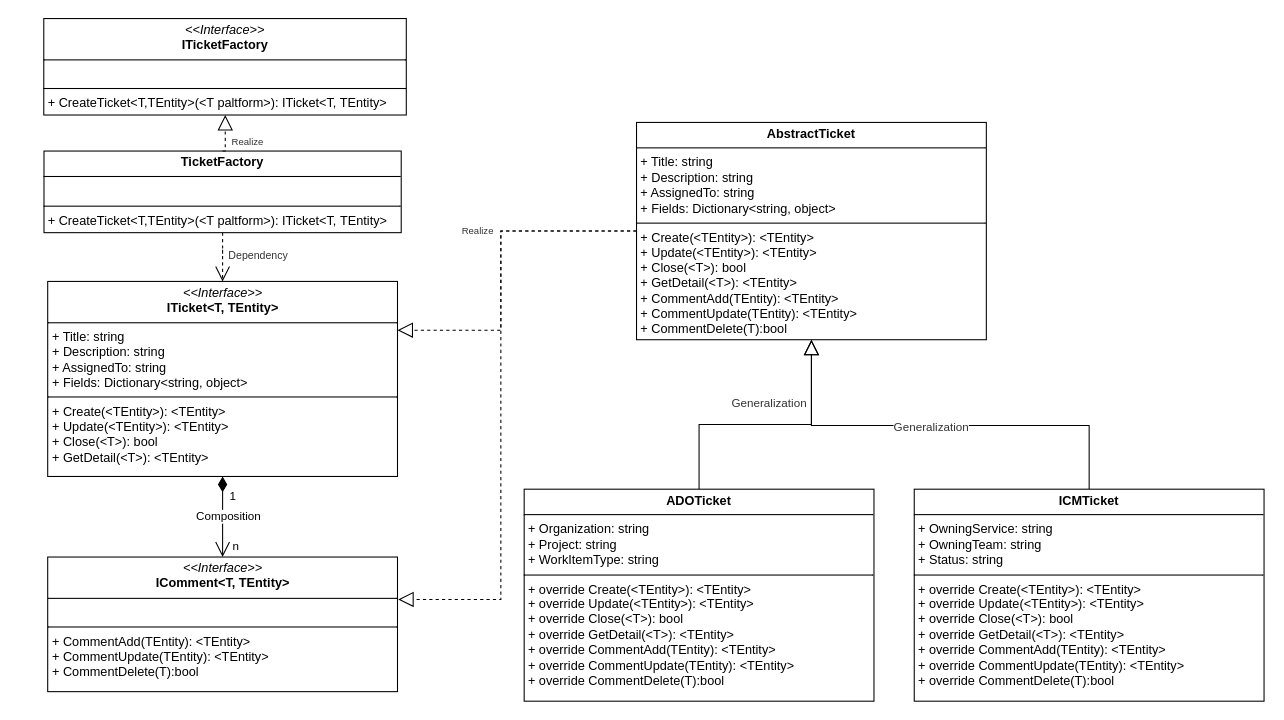
hy986/Repo_0110 keeps this draw.io diagram as page "Page-10" (10 of 10) of 2.drawio. Above is the earlier version. Source tidied: cells renumbered, new cells numbered last; positions are measured from the earlier drawing's top-left corner, leaving out a move shared by most shapes. Both pictures are drawn from the tidied source at 106%, with x=0, y=0 at pixel (43, 18).
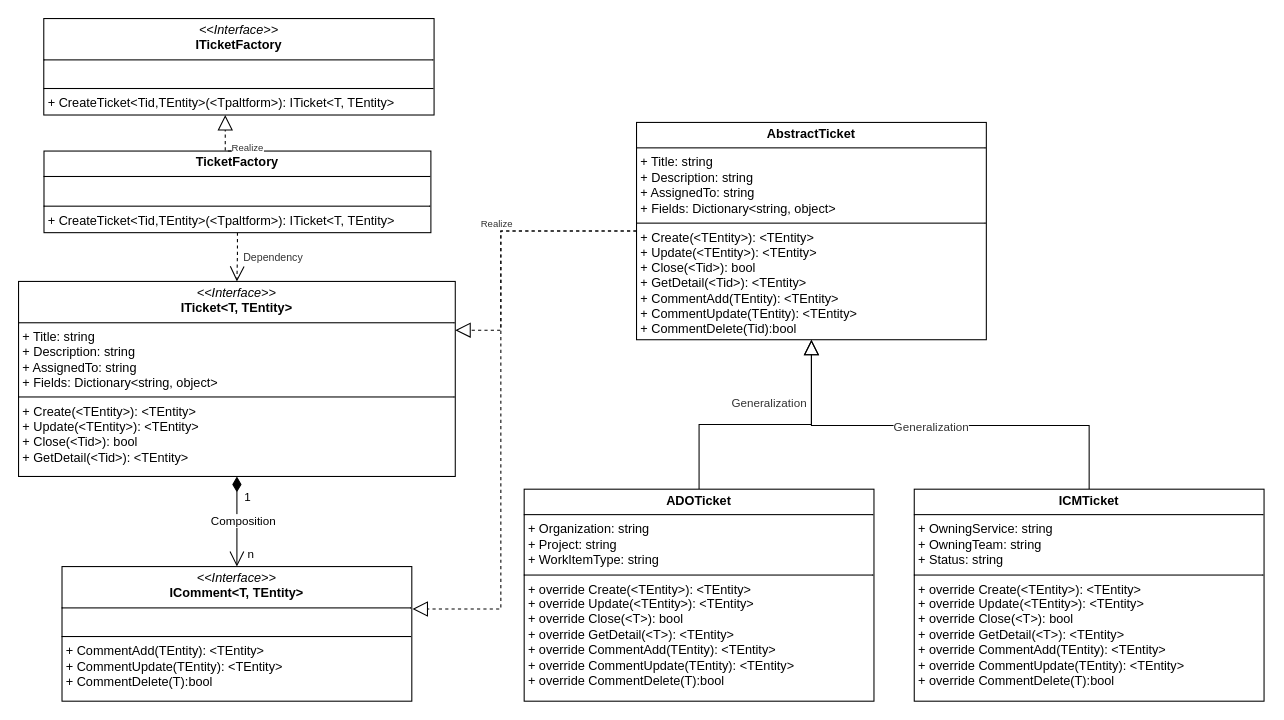
The same page after the edit.

The edit, as a diff of the source:
```diff
@@
-    <mxCell id="6" value="&lt;p style=&quot;margin:0px;margin-top:4px;text-align:center;&quot;&gt;&lt;i&gt;&amp;lt;&amp;lt;Interface&amp;gt;&amp;gt;&lt;/i&gt;&lt;br&gt;&lt;b&gt;ITicket&amp;lt;T, TEntity&amp;gt;&lt;/b&gt;&lt;/p&gt;&lt;hr size=&quot;1&quot; style=&quot;border-style:solid;&quot;&gt;&lt;p style=&quot;margin:0px;margin-left:4px;&quot;&gt;+ Title: string&lt;br&gt;+ Description: string&lt;/p&gt;&lt;p style=&quot;margin:0px;margin-left:4px;&quot;&gt;+ AssignedTo: string&lt;/p&gt;&lt;p style=&quot;margin:0px;margin-left:4px;&quot;&gt;+ Fields: Dictionary&amp;lt;string, object&amp;gt;&lt;/p&gt;&lt;hr size=&quot;1&quot; style=&quot;border-style:solid;&quot;&gt;&lt;p style=&quot;margin:0px;margin-left:4px;&quot;&gt;+ Create(&amp;lt;&lt;span style=&quot;text-align: center;&quot;&gt;TEntity&lt;/span&gt;&amp;gt;&lt;span style=&quot;background-color: initial;&quot;&gt;): &amp;lt;&lt;/span&gt;&lt;span style=&quot;text-align: center;&quot;&gt;TEntity&lt;/span&gt;&lt;span style=&quot;background-color: initial;&quot;&gt;&amp;gt;&lt;/span&gt;&lt;/p&gt;&lt;p style=&quot;margin:0px;margin-left:4px;&quot;&gt;+ Update(&amp;lt;&lt;span style=&quot;text-align: center;&quot;&gt;TEntity&lt;/span&gt;&amp;gt;):&amp;nbsp;&lt;span style=&quot;background-color: initial;&quot;&gt;&amp;lt;&lt;/span&gt;&lt;span style=&quot;text-align: center;&quot;&gt;TEntity&lt;/span&gt;&lt;span style=&quot;background-color: initial;&quot;&gt;&amp;gt;&lt;/span&gt;&lt;/p&gt;&lt;p style=&quot;margin:0px;margin-left:4px;&quot;&gt;+&amp;nbsp;Close(&lt;span style=&quot;background-color: initial;&quot;&gt;&amp;lt;T&amp;gt;&lt;/span&gt;&lt;span style=&quot;background-color: initial;&quot;&gt;): bool&lt;/span&gt;&lt;/p&gt;&lt;p style=&quot;margin:0px;margin-left:4px;&quot;&gt;+ GetDetail(&lt;span style=&quot;background-color: initial;&quot;&gt;&amp;lt;T&amp;gt;&lt;/span&gt;&lt;span style=&quot;background-color: initial;&quot;&gt;): &amp;lt;&lt;/span&gt;&lt;span style=&quot;text-align: center;&quot;&gt;TEntity&lt;/span&gt;&lt;span style=&quot;background-color: initial;&quot;&gt;&amp;gt;&lt;/span&gt;&lt;/p&gt;" style="verticalAlign=top;align=left;overflow=fill;html=1;whiteSpace=wrap;" parent="1" vertex="1">
-      <mxGeometry x="3.5" y="248" width="330" height="184" as="geometry" />
+    <mxCell id="6" value="&lt;p style=&quot;margin:0px;margin-top:4px;text-align:center;&quot;&gt;&lt;i&gt;&amp;lt;&amp;lt;Interface&amp;gt;&amp;gt;&lt;/i&gt;&lt;br&gt;&lt;b&gt;ITicket&amp;lt;T, TEntity&amp;gt;&lt;/b&gt;&lt;/p&gt;&lt;hr size=&quot;1&quot; style=&quot;border-style:solid;&quot;&gt;&lt;p style=&quot;margin:0px;margin-left:4px;&quot;&gt;+ Title: string&lt;br&gt;+ Description: string&lt;/p&gt;&lt;p style=&quot;margin:0px;margin-left:4px;&quot;&gt;+ AssignedTo: string&lt;/p&gt;&lt;p style=&quot;margin:0px;margin-left:4px;&quot;&gt;+ Fields: Dictionary&amp;lt;string, object&amp;gt;&lt;/p&gt;&lt;hr size=&quot;1&quot; style=&quot;border-style:solid;&quot;&gt;&lt;p style=&quot;margin:0px;margin-left:4px;&quot;&gt;+ Create(&amp;lt;&lt;span style=&quot;text-align: center;&quot;&gt;TEntity&lt;/span&gt;&amp;gt;&lt;span style=&quot;background-color: initial;&quot;&gt;): &amp;lt;&lt;/span&gt;&lt;span style=&quot;text-align: center;&quot;&gt;TEntity&lt;/span&gt;&lt;span style=&quot;background-color: initial;&quot;&gt;&amp;gt;&lt;/span&gt;&lt;/p&gt;&lt;p style=&quot;margin:0px;margin-left:4px;&quot;&gt;+ Update(&amp;lt;&lt;span style=&quot;text-align: center;&quot;&gt;TEntity&lt;/span&gt;&amp;gt;):&amp;nbsp;&lt;span style=&quot;background-color: initial;&quot;&gt;&amp;lt;&lt;/span&gt;&lt;span style=&quot;text-align: center;&quot;&gt;TEntity&lt;/span&gt;&lt;span style=&quot;background-color: initial;&quot;&gt;&amp;gt;&lt;/span&gt;&lt;/p&gt;&lt;p style=&quot;margin:0px;margin-left:4px;&quot;&gt;+&amp;nbsp;Close(&lt;span style=&quot;background-color: initial;&quot;&gt;&amp;lt;Tid&amp;gt;&lt;/span&gt;&lt;span style=&quot;background-color: initial;&quot;&gt;): bool&lt;/span&gt;&lt;/p&gt;&lt;p style=&quot;margin:0px;margin-left:4px;&quot;&gt;+ GetDetail(&lt;span style=&quot;background-color: initial;&quot;&gt;&amp;lt;Tid&amp;gt;&lt;/span&gt;&lt;span style=&quot;background-color: initial;&quot;&gt;): &amp;lt;&lt;/span&gt;&lt;span style=&quot;text-align: center;&quot;&gt;TEntity&lt;/span&gt;&lt;span style=&quot;background-color: initial;&quot;&gt;&amp;gt;&lt;/span&gt;&lt;/p&gt;" style="verticalAlign=top;align=left;overflow=fill;html=1;whiteSpace=wrap;" parent="1" vertex="1">
+      <mxGeometry x="-24" y="248" width="412" height="184" as="geometry" />
     </mxCell>
@@
-    <mxCell id="9" value="&lt;p style=&quot;margin:0px;margin-top:4px;text-align:center;&quot;&gt;&lt;b&gt;AbstractTicket&lt;/b&gt;&lt;/p&gt;&lt;hr size=&quot;1&quot; style=&quot;border-style:solid;&quot;&gt;&lt;p style=&quot;margin: 0px 0px 0px 4px;&quot;&gt;+ Title: string&lt;br&gt;+ Description: string&lt;/p&gt;&lt;p style=&quot;margin: 0px 0px 0px 4px;&quot;&gt;+ AssignedTo: string&lt;/p&gt;&lt;p style=&quot;margin: 0px 0px 0px 4px;&quot;&gt;+ Fields: Dictionary&amp;lt;string, object&amp;gt;&lt;/p&gt;&lt;hr size=&quot;1&quot; style=&quot;border-style:solid;&quot;&gt;&lt;p style=&quot;margin: 0px 0px 0px 4px;&quot;&gt;+ Create(&amp;lt;&lt;span style=&quot;text-align: center;&quot;&gt;TEntity&lt;/span&gt;&amp;gt;&lt;span style=&quot;background-color: initial;&quot;&gt;): &amp;lt;&lt;/span&gt;&lt;span style=&quot;text-align: center;&quot;&gt;TEntity&lt;/span&gt;&lt;span style=&quot;background-color: initial;&quot;&gt;&amp;gt;&lt;/span&gt;&lt;/p&gt;&lt;p style=&quot;margin: 0px 0px 0px 4px;&quot;&gt;+ Update(&amp;lt;&lt;span style=&quot;text-align: center;&quot;&gt;TEntity&lt;/span&gt;&amp;gt;):&amp;nbsp;&lt;span style=&quot;background-color: initial;&quot;&gt;&amp;lt;&lt;/span&gt;&lt;span style=&quot;text-align: center;&quot;&gt;TEntity&lt;/span&gt;&lt;span style=&quot;background-color: initial;&quot;&gt;&amp;gt;&lt;/span&gt;&lt;/p&gt;&lt;p style=&quot;margin: 0px 0px 0px 4px;&quot;&gt;+&amp;nbsp;Close(&lt;span style=&quot;background-color: initial;&quot;&gt;&amp;lt;T&amp;gt;&lt;/span&gt;&lt;span style=&quot;background-color: initial;&quot;&gt;): bool&lt;/span&gt;&lt;/p&gt;&lt;p style=&quot;margin: 0px 0px 0px 4px;&quot;&gt;+ GetDetail(&lt;span style=&quot;background-color: initial;&quot;&gt;&amp;lt;T&amp;gt;&lt;/span&gt;&lt;span style=&quot;background-color: initial;&quot;&gt;): &amp;lt;&lt;/span&gt;&lt;span style=&quot;text-align: center;&quot;&gt;TEntity&lt;/span&gt;&lt;span style=&quot;background-color: initial;&quot;&gt;&amp;gt;&lt;/span&gt;&lt;/p&gt;&lt;p style=&quot;margin: 0px 0px 0px 4px;&quot;&gt;+&amp;nbsp;&lt;span style=&quot;background-color: initial;&quot;&gt;Comment&lt;/span&gt;&lt;span style=&quot;background-color: initial;&quot; class=&quot;hljs-function&quot;&gt;&lt;span class=&quot;hljs-title&quot;&gt;Add&lt;/span&gt;(&lt;span class=&quot;hljs-params&quot;&gt;TEntity&lt;/span&gt;): &amp;lt;&lt;/span&gt;&lt;span style=&quot;background-color: initial;&quot;&gt;TEntity&lt;/span&gt;&lt;span style=&quot;background-color: initial;&quot;&gt;&amp;gt;&lt;/span&gt;&lt;/p&gt;&lt;p style=&quot;margin: 0px 0px 0px 4px;&quot;&gt;&lt;span style=&quot;background-color: initial;&quot; class=&quot;hljs-function&quot;&gt;+&amp;nbsp;&lt;/span&gt;&lt;span style=&quot;background-color: initial;&quot;&gt;Comment&lt;/span&gt;&lt;span style=&quot;background-color: initial;&quot; class=&quot;hljs-function&quot;&gt;&lt;span class=&quot;hljs-title&quot;&gt;Update&lt;/span&gt;(&lt;span class=&quot;hljs-params&quot;&gt;TEntity&lt;/span&gt;): &amp;lt;&lt;/span&gt;&lt;span style=&quot;background-color: initial;&quot;&gt;TEntity&lt;/span&gt;&lt;span style=&quot;background-color: initial;&quot;&gt;&amp;gt;&lt;/span&gt;&lt;/p&gt;&lt;p style=&quot;margin: 0px 0px 0px 4px;&quot;&gt;&lt;span style=&quot;background-color: initial;&quot; class=&quot;hljs-function&quot;&gt;&lt;span class=&quot;hljs-built_in&quot;&gt;+&amp;nbsp;&lt;/span&gt;&lt;/span&gt;&lt;span style=&quot;background-color: initial;&quot;&gt;Comment&lt;/span&gt;&lt;span style=&quot;background-color: initial;&quot; class=&quot;hljs-function&quot;&gt;&lt;span class=&quot;hljs-title&quot;&gt;Delete&lt;/span&gt;(&lt;span class=&quot;hljs-params&quot;&gt;T&lt;/span&gt;):&lt;/span&gt;&lt;span style=&quot;background-color: initial;&quot; class=&quot;hljs-built_in&quot;&gt;bool&lt;/span&gt;&lt;/p&gt;" style="verticalAlign=top;align=left;overflow=fill;html=1;whiteSpace=wrap;" parent="1" vertex="1">
+    <mxCell id="9" value="&lt;p style=&quot;margin:0px;margin-top:4px;text-align:center;&quot;&gt;&lt;b&gt;AbstractTicket&lt;/b&gt;&lt;/p&gt;&lt;hr size=&quot;1&quot; style=&quot;border-style:solid;&quot;&gt;&lt;p style=&quot;margin: 0px 0px 0px 4px;&quot;&gt;+ Title: string&lt;br&gt;+ Description: string&lt;/p&gt;&lt;p style=&quot;margin: 0px 0px 0px 4px;&quot;&gt;+ AssignedTo: string&lt;/p&gt;&lt;p style=&quot;margin: 0px 0px 0px 4px;&quot;&gt;+ Fields: Dictionary&amp;lt;string, object&amp;gt;&lt;/p&gt;&lt;hr size=&quot;1&quot; style=&quot;border-style:solid;&quot;&gt;&lt;p style=&quot;margin: 0px 0px 0px 4px;&quot;&gt;+ Create(&amp;lt;&lt;span style=&quot;text-align: center;&quot;&gt;TEntity&lt;/span&gt;&amp;gt;&lt;span style=&quot;background-color: initial;&quot;&gt;): &amp;lt;&lt;/span&gt;&lt;span style=&quot;text-align: center;&quot;&gt;TEntity&lt;/span&gt;&lt;span style=&quot;background-color: initial;&quot;&gt;&amp;gt;&lt;/span&gt;&lt;/p&gt;&lt;p style=&quot;margin: 0px 0px 0px 4px;&quot;&gt;+ Update(&amp;lt;&lt;span style=&quot;text-align: center;&quot;&gt;TEntity&lt;/span&gt;&amp;gt;):&amp;nbsp;&lt;span style=&quot;background-color: initial;&quot;&gt;&amp;lt;&lt;/span&gt;&lt;span style=&quot;text-align: center;&quot;&gt;TEntity&lt;/span&gt;&lt;span style=&quot;background-color: initial;&quot;&gt;&amp;gt;&lt;/span&gt;&lt;/p&gt;&lt;p style=&quot;margin: 0px 0px 0px 4px;&quot;&gt;+&amp;nbsp;Close(&lt;span style=&quot;background-color: initial;&quot;&gt;&amp;lt;Tid&amp;gt;&lt;/span&gt;&lt;span style=&quot;background-color: initial;&quot;&gt;): bool&lt;/span&gt;&lt;/p&gt;&lt;p style=&quot;margin: 0px 0px 0px 4px;&quot;&gt;+ GetDetail(&lt;span style=&quot;background-color: initial;&quot;&gt;&amp;lt;Tid&amp;gt;&lt;/span&gt;&lt;span style=&quot;background-color: initial;&quot;&gt;): &amp;lt;&lt;/span&gt;&lt;span style=&quot;text-align: center;&quot;&gt;TEntity&lt;/span&gt;&lt;span style=&quot;background-color: initial;&quot;&gt;&amp;gt;&lt;/span&gt;&lt;/p&gt;&lt;p style=&quot;margin: 0px 0px 0px 4px;&quot;&gt;+&amp;nbsp;&lt;span style=&quot;background-color: initial;&quot;&gt;Comment&lt;/span&gt;&lt;span style=&quot;background-color: initial;&quot; class=&quot;hljs-function&quot;&gt;&lt;span class=&quot;hljs-title&quot;&gt;Add&lt;/span&gt;(&lt;span class=&quot;hljs-params&quot;&gt;TEntity&lt;/span&gt;): &amp;lt;&lt;/span&gt;&lt;span style=&quot;background-color: initial;&quot;&gt;TEntity&lt;/span&gt;&lt;span style=&quot;background-color: initial;&quot;&gt;&amp;gt;&lt;/span&gt;&lt;/p&gt;&lt;p style=&quot;margin: 0px 0px 0px 4px;&quot;&gt;&lt;span style=&quot;background-color: initial;&quot; class=&quot;hljs-function&quot;&gt;+&amp;nbsp;&lt;/span&gt;&lt;span style=&quot;background-color: initial;&quot;&gt;Comment&lt;/span&gt;&lt;span style=&quot;background-color: initial;&quot; class=&quot;hljs-function&quot;&gt;&lt;span class=&quot;hljs-title&quot;&gt;Update&lt;/span&gt;(&lt;span class=&quot;hljs-params&quot;&gt;TEntity&lt;/span&gt;): &amp;lt;&lt;/span&gt;&lt;span style=&quot;background-color: initial;&quot;&gt;TEntity&lt;/span&gt;&lt;span style=&quot;background-color: initial;&quot;&gt;&amp;gt;&lt;/span&gt;&lt;/p&gt;&lt;p style=&quot;margin: 0px 0px 0px 4px;&quot;&gt;&lt;span style=&quot;background-color: initial;&quot; class=&quot;hljs-function&quot;&gt;&lt;span class=&quot;hljs-built_in&quot;&gt;+&amp;nbsp;&lt;/span&gt;&lt;/span&gt;&lt;span style=&quot;background-color: initial;&quot;&gt;Comment&lt;/span&gt;&lt;span style=&quot;background-color: initial;&quot; class=&quot;hljs-function&quot;&gt;&lt;span class=&quot;hljs-title&quot;&gt;Delete&lt;/span&gt;(&lt;span class=&quot;hljs-params&quot;&gt;Tid&lt;/span&gt;):&lt;/span&gt;&lt;span style=&quot;background-color: initial;&quot; class=&quot;hljs-built_in&quot;&gt;bool&lt;/span&gt;&lt;/p&gt;" style="verticalAlign=top;align=left;overflow=fill;html=1;whiteSpace=wrap;" parent="1" vertex="1">
       <mxGeometry x="559" y="98" width="330" height="205" as="geometry" />
     </mxCell>
@@
-    <mxCell id="13" value="&lt;p style=&quot;margin:0px;margin-top:4px;text-align:center;&quot;&gt;&lt;i&gt;&amp;lt;&amp;lt;Interface&amp;gt;&amp;gt;&lt;/i&gt;&lt;br&gt;&lt;b&gt;ITicketFactory&lt;/b&gt;&lt;/p&gt;&lt;hr size=&quot;1&quot; style=&quot;border-style:solid;&quot;&gt;&lt;p style=&quot;margin:0px;margin-left:4px;&quot;&gt;&lt;br&gt;&lt;/p&gt;&lt;hr size=&quot;1&quot; style=&quot;border-style:solid;&quot;&gt;&lt;p style=&quot;margin:0px;margin-left:4px;&quot;&gt;+ CreateTicket&lt;span style=&quot;background-color: initial;&quot;&gt;&amp;lt;T,TEntity&amp;gt;&lt;/span&gt;&lt;span style=&quot;background-color: initial;&quot;&gt;(&amp;lt;T paltform&amp;gt;):&amp;nbsp;&lt;/span&gt;&lt;span style=&quot;background-color: initial;&quot; class=&quot;hljs-title&quot;&gt;ITicket&lt;/span&gt;&lt;span style=&quot;background-color: initial;&quot;&gt;&amp;lt;&lt;/span&gt;&lt;span style=&quot;background-color: initial;&quot; class=&quot;hljs-title&quot;&gt;T&lt;/span&gt;&lt;span style=&quot;background-color: initial;&quot;&gt;, &lt;/span&gt;&lt;span style=&quot;background-color: initial;&quot; class=&quot;hljs-title&quot;&gt;TEntity&lt;/span&gt;&lt;span style=&quot;background-color: initial;&quot;&gt;&amp;gt;&lt;/span&gt;&lt;/p&gt;" style="verticalAlign=top;align=left;overflow=fill;html=1;whiteSpace=wrap;fillColor=default;rounded=0;fillStyle=auto;strokeColor=default;" parent="1" vertex="1">
-      <mxGeometry x="-0.2" width="342" height="91" as="geometry" />
+    <mxCell id="13" value="&lt;p style=&quot;margin:0px;margin-top:4px;text-align:center;&quot;&gt;&lt;i&gt;&amp;lt;&amp;lt;Interface&amp;gt;&amp;gt;&lt;/i&gt;&lt;br&gt;&lt;b&gt;ITicketFactory&lt;/b&gt;&lt;/p&gt;&lt;hr size=&quot;1&quot; style=&quot;border-style:solid;&quot;&gt;&lt;p style=&quot;margin:0px;margin-left:4px;&quot;&gt;&lt;br&gt;&lt;/p&gt;&lt;hr size=&quot;1&quot; style=&quot;border-style:solid;&quot;&gt;&lt;p style=&quot;margin:0px;margin-left:4px;&quot;&gt;+ CreateTicket&lt;span style=&quot;background-color: initial;&quot;&gt;&amp;lt;Tid,TEntity&amp;gt;&lt;/span&gt;&lt;span style=&quot;background-color: initial;&quot;&gt;(&amp;lt;Tpaltform&amp;gt;):&amp;nbsp;&lt;/span&gt;&lt;span style=&quot;background-color: initial;&quot; class=&quot;hljs-title&quot;&gt;ITicket&lt;/span&gt;&lt;span style=&quot;background-color: initial;&quot;&gt;&amp;lt;&lt;/span&gt;&lt;span style=&quot;background-color: initial;&quot; class=&quot;hljs-title&quot;&gt;T&lt;/span&gt;&lt;span style=&quot;background-color: initial;&quot;&gt;, &lt;/span&gt;&lt;span style=&quot;background-color: initial;&quot; class=&quot;hljs-title&quot;&gt;TEntity&lt;/span&gt;&lt;span style=&quot;background-color: initial;&quot;&gt;&amp;gt;&lt;/span&gt;&lt;/p&gt;" style="verticalAlign=top;align=left;overflow=fill;html=1;whiteSpace=wrap;fillColor=default;rounded=0;fillStyle=auto;strokeColor=default;" parent="1" vertex="1">
+      <mxGeometry x="-0.2" width="368.2" height="91" as="geometry" />
     </mxCell>
@@
-    <mxCell id="19" value="&lt;p style=&quot;margin:0px;margin-top:4px;text-align:center;&quot;&gt;&lt;b&gt;TicketFactory&lt;/b&gt;&lt;/p&gt;&lt;hr size=&quot;1&quot; style=&quot;border-style:solid;&quot;&gt;&lt;p style=&quot;margin:0px;margin-left:4px;&quot;&gt;&lt;br&gt;&lt;/p&gt;&lt;hr size=&quot;1&quot; style=&quot;border-style:solid;&quot;&gt;&lt;p style=&quot;margin: 0px 0px 0px 4px;&quot;&gt;+ CreateTicket&lt;span style=&quot;background-color: initial;&quot;&gt;&amp;lt;T,TEntity&amp;gt;&lt;/span&gt;&lt;span style=&quot;background-color: initial;&quot;&gt;(&lt;/span&gt;&amp;lt;T paltform&amp;gt;&lt;span style=&quot;background-color: initial;&quot;&gt;):&amp;nbsp;&lt;/span&gt;&lt;span style=&quot;background-color: initial;&quot; class=&quot;hljs-title&quot;&gt;ITicket&lt;/span&gt;&lt;span style=&quot;background-color: initial;&quot;&gt;&amp;lt;&lt;/span&gt;&lt;span style=&quot;background-color: initial;&quot; class=&quot;hljs-title&quot;&gt;T&lt;/span&gt;&lt;span style=&quot;background-color: initial;&quot;&gt;,&amp;nbsp;&lt;/span&gt;&lt;span style=&quot;background-color: initial;&quot; class=&quot;hljs-title&quot;&gt;TEntity&lt;/span&gt;&lt;span style=&quot;background-color: initial;&quot;&gt;&amp;gt;&lt;/span&gt;&lt;/p&gt;" style="verticalAlign=top;align=left;overflow=fill;html=1;whiteSpace=wrap;" parent="1" vertex="1">
-      <mxGeometry y="125" width="337" height="77" as="geometry" />
+    <mxCell id="19" value="&lt;p style=&quot;margin:0px;margin-top:4px;text-align:center;&quot;&gt;&lt;b&gt;TicketFactory&lt;/b&gt;&lt;/p&gt;&lt;hr size=&quot;1&quot; style=&quot;border-style:solid;&quot;&gt;&lt;p style=&quot;margin:0px;margin-left:4px;&quot;&gt;&lt;br&gt;&lt;/p&gt;&lt;hr size=&quot;1&quot; style=&quot;border-style:solid;&quot;&gt;&lt;p style=&quot;margin: 0px 0px 0px 4px;&quot;&gt;+ CreateTicket&lt;span style=&quot;background-color: initial;&quot;&gt;&amp;lt;Tid,TEntity&amp;gt;&lt;/span&gt;&lt;span style=&quot;background-color: initial;&quot;&gt;(&lt;/span&gt;&amp;lt;Tpaltform&amp;gt;&lt;span style=&quot;background-color: initial;&quot;&gt;):&amp;nbsp;&lt;/span&gt;&lt;span style=&quot;background-color: initial;&quot; class=&quot;hljs-title&quot;&gt;ITicket&lt;/span&gt;&lt;span style=&quot;background-color: initial;&quot;&gt;&amp;lt;&lt;/span&gt;&lt;span style=&quot;background-color: initial;&quot; class=&quot;hljs-title&quot;&gt;T&lt;/span&gt;&lt;span style=&quot;background-color: initial;&quot;&gt;,&amp;nbsp;&lt;/span&gt;&lt;span style=&quot;background-color: initial;&quot; class=&quot;hljs-title&quot;&gt;TEntity&lt;/span&gt;&lt;span style=&quot;background-color: initial;&quot;&gt;&amp;gt;&lt;/span&gt;&lt;/p&gt;" style="verticalAlign=top;align=left;overflow=fill;html=1;whiteSpace=wrap;" parent="1" vertex="1">
+      <mxGeometry y="125" width="365" height="77" as="geometry" />
     </mxCell>
@@
     <mxCell id="22" value="&lt;p style=&quot;margin:0px;margin-top:4px;text-align:center;&quot;&gt;&lt;i&gt;&amp;lt;&amp;lt;Interface&amp;gt;&amp;gt;&lt;/i&gt;&lt;br&gt;&lt;b&gt;IComment&amp;lt;T, TEntity&amp;gt;&lt;/b&gt;&lt;/p&gt;&lt;hr size=&quot;1&quot; style=&quot;border-style:solid;&quot;&gt;&lt;p style=&quot;margin:0px;margin-left:4px;&quot;&gt;&lt;br&gt;&lt;/p&gt;&lt;hr size=&quot;1&quot; style=&quot;border-style:solid;&quot;&gt;&lt;p style=&quot;margin:0px;margin-left:4px;&quot;&gt;&lt;span style=&quot;background-color: initial;&quot;&gt;+&amp;nbsp;&lt;/span&gt;&lt;span style=&quot;background-color: initial;&quot; class=&quot;hljs-function&quot;&gt;&lt;span style=&quot;background-color: initial;&quot;&gt;Comment&lt;/span&gt;&lt;span style=&quot;background-color: initial;&quot; class=&quot;hljs-function&quot;&gt;&lt;span class=&quot;hljs-title&quot;&gt;Add&lt;/span&gt;&lt;/span&gt;(&lt;span class=&quot;hljs-params&quot;&gt;TEntity&lt;/span&gt;): &amp;lt;&lt;/span&gt;&lt;span style=&quot;background-color: initial;&quot;&gt;TEntity&lt;/span&gt;&lt;span style=&quot;background-color: initial;&quot;&gt;&amp;gt;&lt;/span&gt;&lt;/p&gt;&lt;p style=&quot;margin: 0px 0px 0px 4px;&quot;&gt;&lt;span style=&quot;background-color: initial;&quot; class=&quot;hljs-function&quot;&gt;+&amp;nbsp;&lt;/span&gt;&lt;span style=&quot;background-color: initial;&quot;&gt;Comment&lt;/span&gt;&lt;span style=&quot;background-color: initial;&quot; class=&quot;hljs-function&quot;&gt;&lt;span class=&quot;hljs-title&quot;&gt;Update&lt;/span&gt;(&lt;span class=&quot;hljs-params&quot;&gt;TEntity&lt;/span&gt;): &amp;lt;&lt;/span&gt;&lt;span style=&quot;background-color: initial;&quot;&gt;TEntity&lt;/span&gt;&lt;span style=&quot;background-color: initial;&quot;&gt;&amp;gt;&lt;/span&gt;&lt;/p&gt;&lt;p style=&quot;margin: 0px 0px 0px 4px;&quot;&gt;&lt;span style=&quot;background-color: initial;&quot; class=&quot;hljs-function&quot;&gt;+&amp;nbsp;&lt;/span&gt;&lt;span style=&quot;background-color: initial;&quot;&gt;Comment&lt;/span&gt;&lt;span style=&quot;background-color: initial;&quot; class=&quot;hljs-function&quot;&gt;&lt;span class=&quot;hljs-title&quot;&gt;Delete&lt;/span&gt;(&lt;span class=&quot;hljs-params&quot;&gt;T&lt;/span&gt;):&lt;/span&gt;&lt;span style=&quot;background-color: initial;&quot; class=&quot;hljs-built_in&quot;&gt;bool&lt;/span&gt;&lt;/p&gt;" style="verticalAlign=top;align=left;overflow=fill;html=1;whiteSpace=wrap;" parent="1" vertex="1">
-      <mxGeometry x="3.5" y="508" width="330" height="127" as="geometry" />
+      <mxGeometry x="17" y="517" width="330" height="127" as="geometry" />
     </mxCell>
     <mxCell id="23" style="edgeStyle=orthogonalEdgeStyle;rounded=0;jettySize=auto;html=1;exitX=0;exitY=0.5;exitDx=0;exitDy=0;entryX=1.002;entryY=0.315;entryDx=0;entryDy=0;entryPerimeter=0;endSize=12;dashed=1;endArrow=block;endFill=0;" parent="1" edge="1" source="9" target="22">
       <mxGeometry relative="1" as="geometry">
         <Array as="points">
           <mxPoint x="431" y="201" />
-          <mxPoint x="431" y="548" />
+          <mxPoint x="431" y="557" />
         </Array>
       </mxGeometry>
     </mxCell>
```
